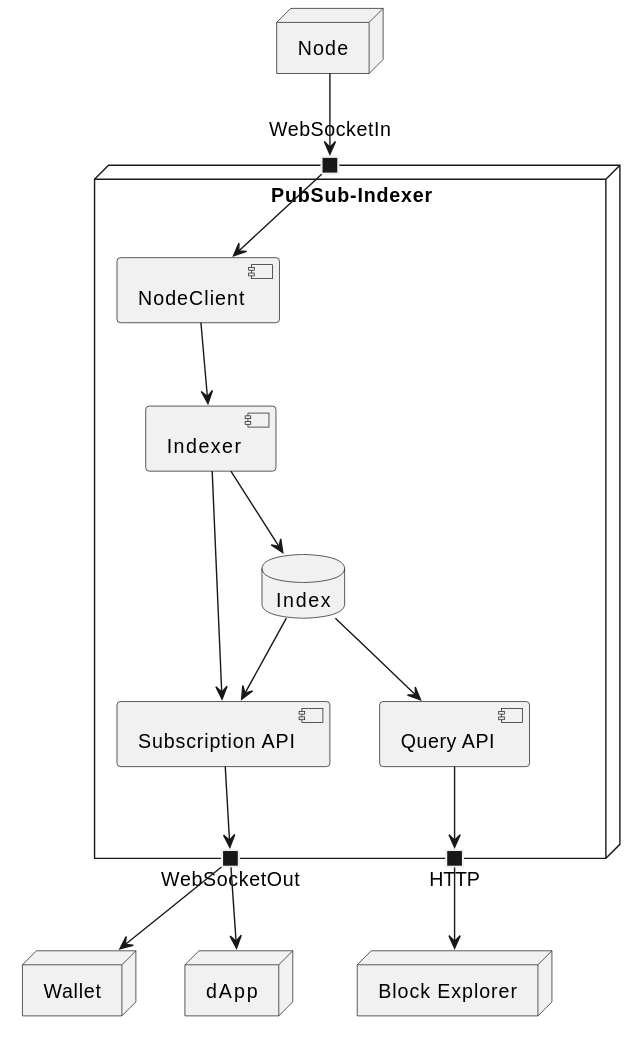
Earlier version of the PlantUML export components/PubSubIndexer/components.svg (midnightntwrk/midnight-architecture). Source of this version:
```plantuml
@startuml

node "Node"

node "PubSub-Indexer" {
  portin WebSocketIn
  portout WebSocketOut
  portout HTTP
  database Index

  WebSocketIn -> [NodeClient]
  [NodeClient] --> [Indexer]
  [Indexer] --> Index
  [Indexer] ---> [Subscription API]
  [Subscription API] --> WebSocketOut
  Index -> [Subscription API]
  Index --> [Query API]
  [Query API] --> HTTP
}

Node --> WebSocketIn

node Wallet
WebSocketOut --> Wallet

node dApp
WebSocketOut --> dApp

node "Block Explorer" as explorer
HTTP --> explorer

@enduml
```
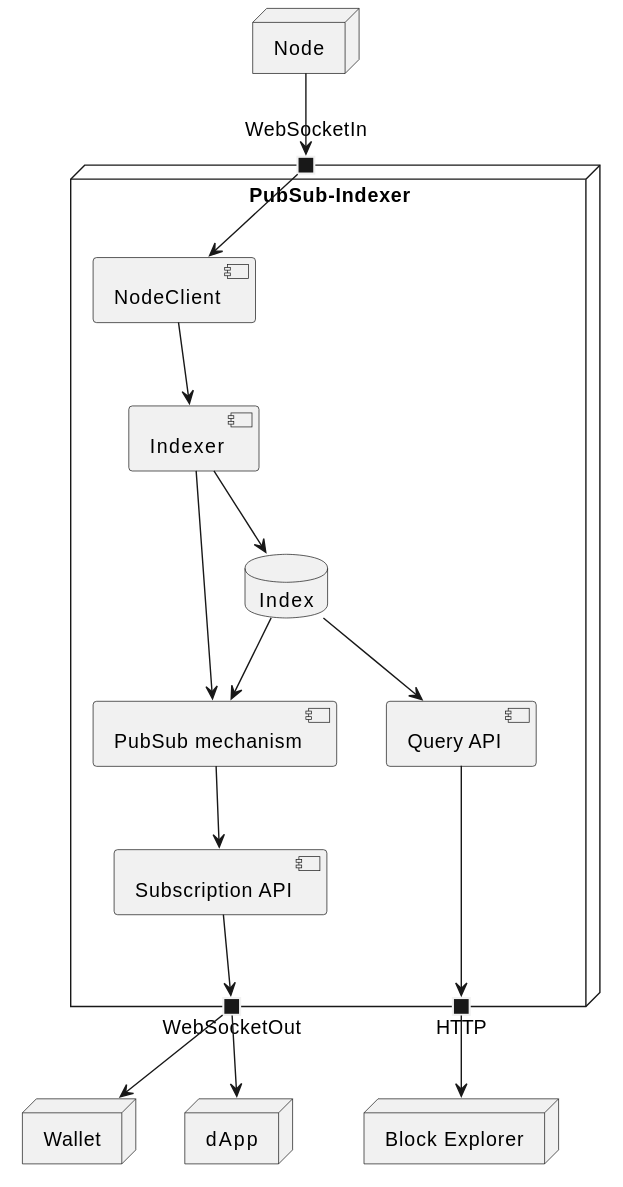
After the change.

Change to the diagram source:
```diff
@@ -11,11 +11,12 @@
   WebSocketIn -> [NodeClient]
   [NodeClient] --> [Indexer]
   [Indexer] --> Index
-  [Indexer] ---> [Subscription API]
-  [Subscription API] --> WebSocketOut
-  Index -> [Subscription API]
+  [Indexer] --> [PubSub mechanism]
+  [Subscription API] ----> WebSocketOut
+  Index --> [PubSub mechanism]
+  [PubSub mechanism] --> [Subscription API]
   Index --> [Query API]
-  [Query API] --> HTTP
+  [Query API] ---> HTTP
 }
 
 Node --> WebSocketIn
```
